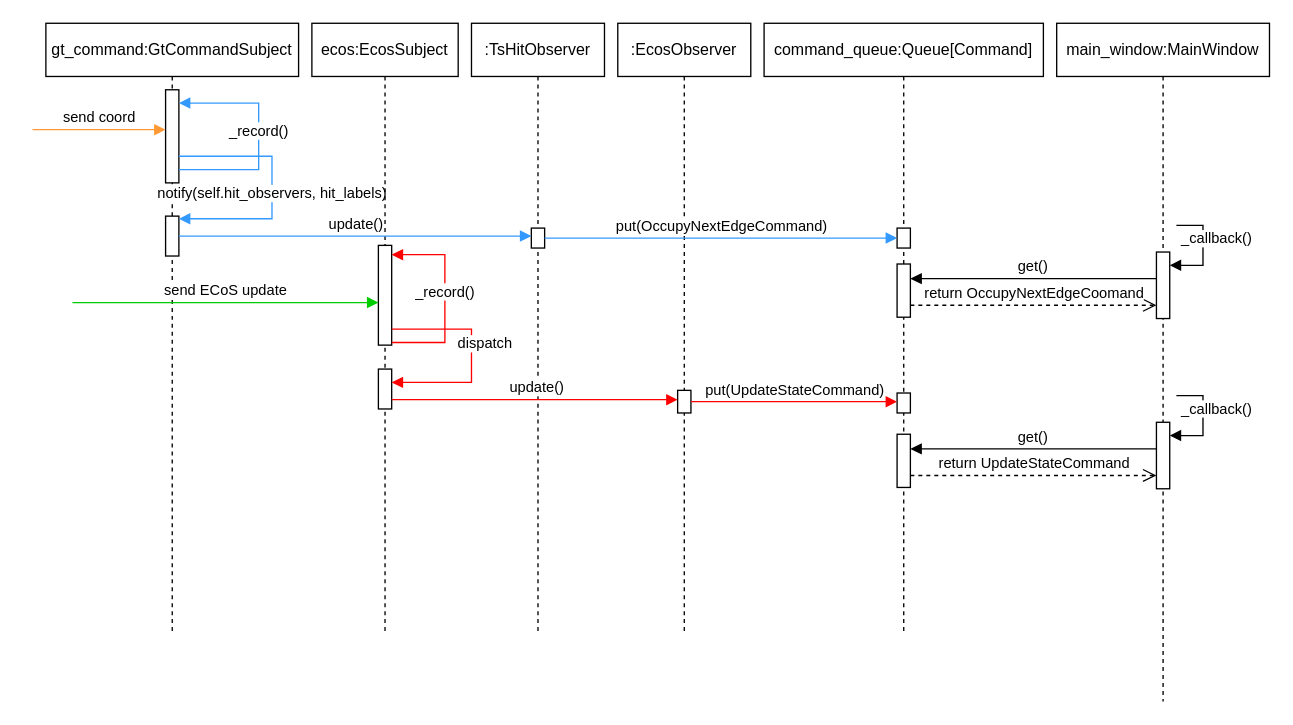
Above: procedural/trainswitch_hit.drawio in pascalreiss/draw_io_stuff (draw.io), before the change. Source tidied: cells renumbered, new cells numbered last; positions are measured from the earlier drawing's top-left corner, leaving out a move shared by most shapes. Both pictures are drawn from the tidied source at 133%, with x=0, y=0 at pixel (32, 23).
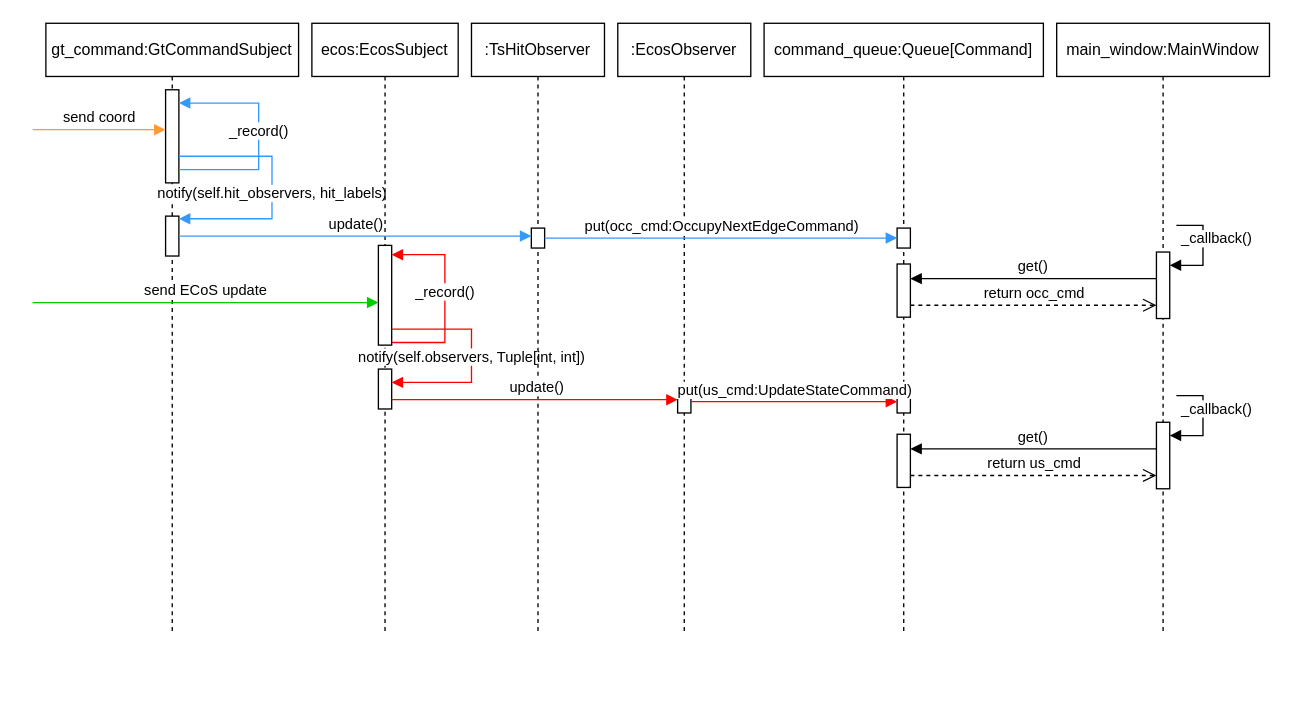
Above is the later version.

Unchanged cells that the change refers to:
```xml
<mxCell id="7" value="ecos:EcosSubject" style="shape=umlLifeline;perimeter=lifelinePerimeter;whiteSpace=wrap;html=1;newEdgeStyle={&quot;curved&quot;:0,&quot;rounded&quot;:0};" parent="1" vertex="1">
  <mxGeometry x="210" width="110" height="460" as="geometry" />
</mxCell>
<mxCell id="8" style="html=1;points=[[0,0,0,0,5],[0,1,0,0,-5],[1,0,0,0,5],[1,1,0,0,-5]];perimeter=orthogonalPerimeter;outlineConnect=0;targetShapes=umlLifeline;portConstraint=eastwest;newEdgeStyle={&quot;curved&quot;:0,&quot;rounded&quot;:0};" parent="7" vertex="1">
  <mxGeometry x="50" y="167" width="10" height="75" as="geometry" />
</mxCell>
<mxCell id="10" style="html=1;points=[[0,0,0,0,5],[0,1,0,0,-5],[1,0,0,0,5],[1,1,0,0,-5]];perimeter=orthogonalPerimeter;outlineConnect=0;targetShapes=umlLifeline;portConstraint=eastwest;newEdgeStyle={&quot;curved&quot;:0,&quot;rounded&quot;:0};" parent="7" vertex="1">
  <mxGeometry x="50" y="260" width="10" height="30" as="geometry" />
</mxCell>
<mxCell id="13" style="html=1;points=[[0,0,0,0,5],[0,1,0,0,-5],[1,0,0,0,5],[1,1,0,0,-5]];perimeter=orthogonalPerimeter;outlineConnect=0;targetShapes=umlLifeline;portConstraint=eastwest;newEdgeStyle={&quot;curved&quot;:0,&quot;rounded&quot;:0};" parent="12" vertex="1">
  <mxGeometry x="45" y="154" width="10" height="15" as="geometry" />
</mxCell>
<mxCell id="15" style="html=1;points=[[0,0,0,0,5],[0,1,0,0,-5],[1,0,0,0,5],[1,1,0,0,-5]];perimeter=orthogonalPerimeter;outlineConnect=0;targetShapes=umlLifeline;portConstraint=eastwest;newEdgeStyle={&quot;curved&quot;:0,&quot;rounded&quot;:0};" parent="14" vertex="1">
  <mxGeometry x="45" y="276" width="10" height="17" as="geometry" />
</mxCell>
<mxCell id="19" style="html=1;points=[[0,0,0,0,5],[0,1,0,0,-5],[1,0,0,0,5],[1,1,0,0,-5]];perimeter=orthogonalPerimeter;outlineConnect=0;targetShapes=umlLifeline;portConstraint=eastwest;newEdgeStyle={&quot;curved&quot;:0,&quot;rounded&quot;:0};" parent="18" vertex="1">
  <mxGeometry x="100" y="154" width="10" height="15" as="geometry" />
</mxCell>
<mxCell id="20" style="html=1;points=[[0,0,0,0,5],[0,1,0,0,-5],[1,0,0,0,5],[1,1,0,0,-5]];perimeter=orthogonalPerimeter;outlineConnect=0;targetShapes=umlLifeline;portConstraint=eastwest;newEdgeStyle={&quot;curved&quot;:0,&quot;rounded&quot;:0};" parent="18" vertex="1">
  <mxGeometry x="100" y="278" width="10" height="15" as="geometry" />
</mxCell>
<mxCell id="21" style="html=1;points=[[0,0,0,0,5],[0,1,0,0,-5],[1,0,0,0,5],[1,1,0,0,-5]];perimeter=orthogonalPerimeter;outlineConnect=0;targetShapes=umlLifeline;portConstraint=eastwest;newEdgeStyle={&quot;curved&quot;:0,&quot;rounded&quot;:0};" parent="18" vertex="1">
  <mxGeometry x="100" y="309" width="10" height="40" as="geometry" />
</mxCell>
<mxCell id="27" style="html=1;points=[[0,0,0,0,5],[0,1,0,0,-5],[1,0,0,0,5],[1,1,0,0,-5]];perimeter=orthogonalPerimeter;outlineConnect=0;targetShapes=umlLifeline;portConstraint=eastwest;newEdgeStyle={&quot;curved&quot;:0,&quot;rounded&quot;:0};" parent="26" vertex="1">
  <mxGeometry x="75" y="300" width="10" height="50" as="geometry" />
</mxCell>
<mxCell id="29" style="html=1;points=[[0,0,0,0,5],[0,1,0,0,-5],[1,0,0,0,5],[1,1,0,0,-5]];perimeter=orthogonalPerimeter;outlineConnect=0;targetShapes=umlLifeline;portConstraint=eastwest;newEdgeStyle={&quot;curved&quot;:0,&quot;rounded&quot;:0};" parent="26" vertex="1">
  <mxGeometry x="-120" y="181" width="10" height="40" as="geometry" />
</mxCell>
<mxCell id="30" style="html=1;points=[[0,0,0,0,5],[0,1,0,0,-5],[1,0,0,0,5],[1,1,0,0,-5]];perimeter=orthogonalPerimeter;outlineConnect=0;targetShapes=umlLifeline;portConstraint=eastwest;newEdgeStyle={&quot;curved&quot;:0,&quot;rounded&quot;:0};" parent="26" vertex="1">
  <mxGeometry x="75" y="172" width="10" height="50" as="geometry" />
</mxCell>
```

Diff of the diagram source:
```diff
@@
-    <mxCell id="11" value="dispatch" style="html=1;verticalAlign=bottom;endArrow=block;curved=0;rounded=0;strokeColor=#FF0000;" parent="7" edge="1" source="8" target="10">
-      <mxGeometry y="10" relative="1" as="geometry">
+    <mxCell id="11" value="notify(self.observers, Tuple[int, int])" style="html=1;verticalAlign=bottom;endArrow=block;curved=0;rounded=0;strokeColor=#FF0000;" parent="7" edge="1" source="8" target="10">
+      <mxGeometry x="0.12" relative="1" as="geometry">
         <Array as="points">
           <mxPoint x="120" y="230" />
           <mxPoint x="120" y="270" />
         </Array>
       </mxGeometry>
     </mxCell>
@@
-    <mxCell id="22" value="put(OccupyNextEdgeCommand)" style="html=1;verticalAlign=bottom;endArrow=block;curved=0;rounded=0;strokeColor=#3399FF;" parent="1" edge="1" source="13" target="19">
+    <mxCell id="22" value="put(occ_cmd:OccupyNextEdgeCommand)" style="html=1;verticalAlign=bottom;endArrow=block;curved=0;rounded=0;strokeColor=#3399FF;" parent="1" edge="1" source="13" target="19">
       <mxGeometry relative="1" as="geometry" />
     </mxCell>
-    <mxCell id="23" value="put(UpdateStateCommand)" style="html=1;verticalAlign=bottom;endArrow=block;curved=0;rounded=0;strokeColor=#FF0000;" parent="1" edge="1" source="15" target="20">
+    <mxCell id="23" value="put(us_cmd:UpdateStateCommand)" style="html=1;verticalAlign=bottom;endArrow=block;curved=0;rounded=0;strokeColor=#FF0000;" parent="1" edge="1" source="15" target="20">
       <mxGeometry relative="1" as="geometry" />
     </mxCell>
@@
     <mxCell id="25" value="send ECoS update" style="html=1;verticalAlign=bottom;endArrow=block;curved=0;rounded=0;strokeColor=#00CC00;" parent="1" edge="1" target="8">
       <mxGeometry relative="1" as="geometry">
-        <mxPoint x="30" y="210" as="sourcePoint" />
+        <mxPoint y="210" as="sourcePoint" />
       </mxGeometry>
     </mxCell>
     <mxCell id="26" value="main_window:MainWindow" style="shape=umlLifeline;perimeter=lifelinePerimeter;whiteSpace=wrap;html=1;newEdgeStyle={&quot;curved&quot;:0,&quot;rounded&quot;:0};" parent="1" vertex="1">
-      <mxGeometry x="770" width="160" height="510" as="geometry" />
+      <mxGeometry x="770" width="160" height="460" as="geometry" />
     </mxCell>
@@
-    <mxCell id="32" value="return OccupyNextEdgeCoomand" style="html=1;verticalAlign=bottom;endArrow=open;dashed=1;endSize=8;curved=0;rounded=0;" parent="26" edge="1" source="29" target="30">
+    <mxCell id="32" value="return occ_cmd" style="html=1;verticalAlign=bottom;endArrow=open;dashed=1;endSize=8;curved=0;rounded=0;" parent="26" edge="1" source="29" target="30">
       <mxGeometry relative="1" as="geometry">
         <Array as="points">
           <mxPoint x="-20" y="212" />
         </Array>
       </mxGeometry>
     </mxCell>
@@
-    <mxCell id="35" value="return UpdateStateCommand" style="html=1;verticalAlign=bottom;endArrow=open;dashed=1;endSize=8;curved=0;rounded=0;" parent="1" edge="1" source="21" target="27">
+    <mxCell id="35" value="return us_cmd" style="html=1;verticalAlign=bottom;endArrow=open;dashed=1;endSize=8;curved=0;rounded=0;" parent="1" edge="1" source="21" target="27">
       <mxGeometry relative="1" as="geometry">
         <Array as="points">
           <mxPoint x="750" y="340" />
         </Array>
       </mxGeometry>
     </mxCell>
```
